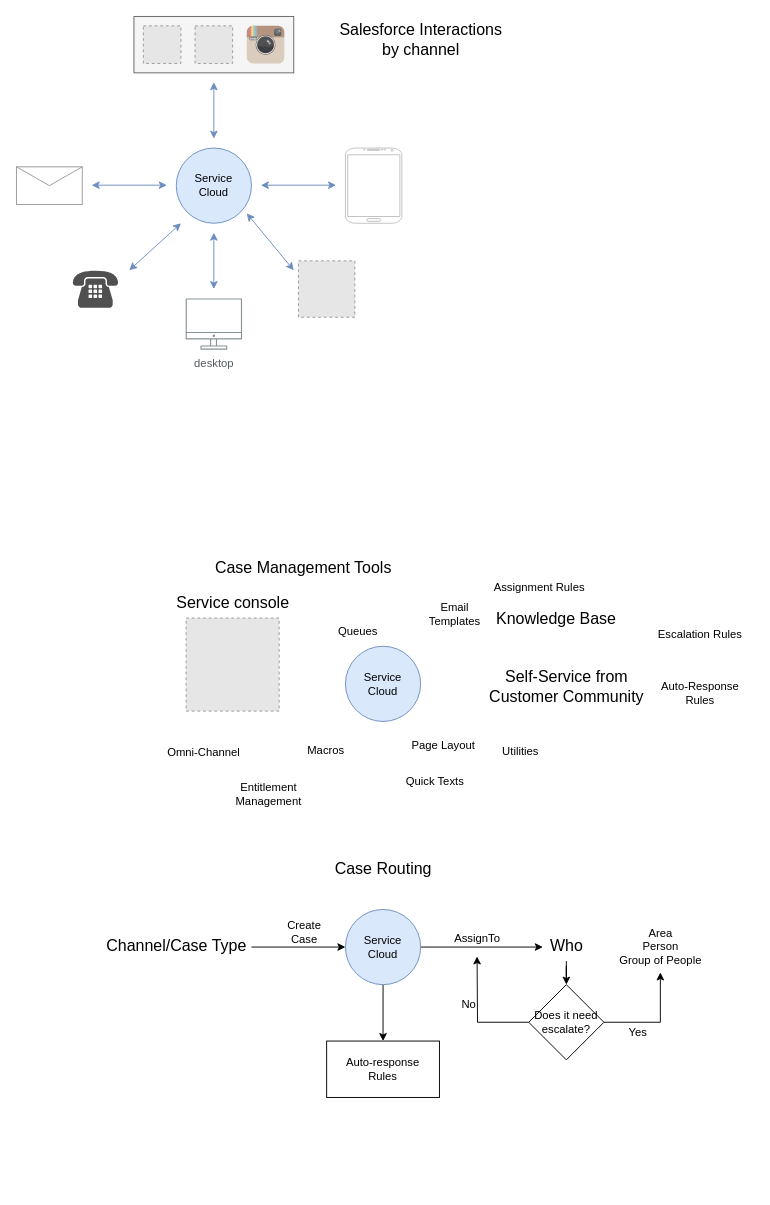
jjromerop/draw keeps this draw.io diagram as Service Cloud.drawio. Above is the earlier version. Source tidied: cells renumbered, new cells numbered last; positions are measured from the earlier drawing's top-left corner, leaving out a move shared by most shapes. Both pictures are drawn from the tidied source at 94%, with x=0, y=0 at pixel (16, 16). Pictures stored in the file or linked from it are replaced by grey dashed boxes.
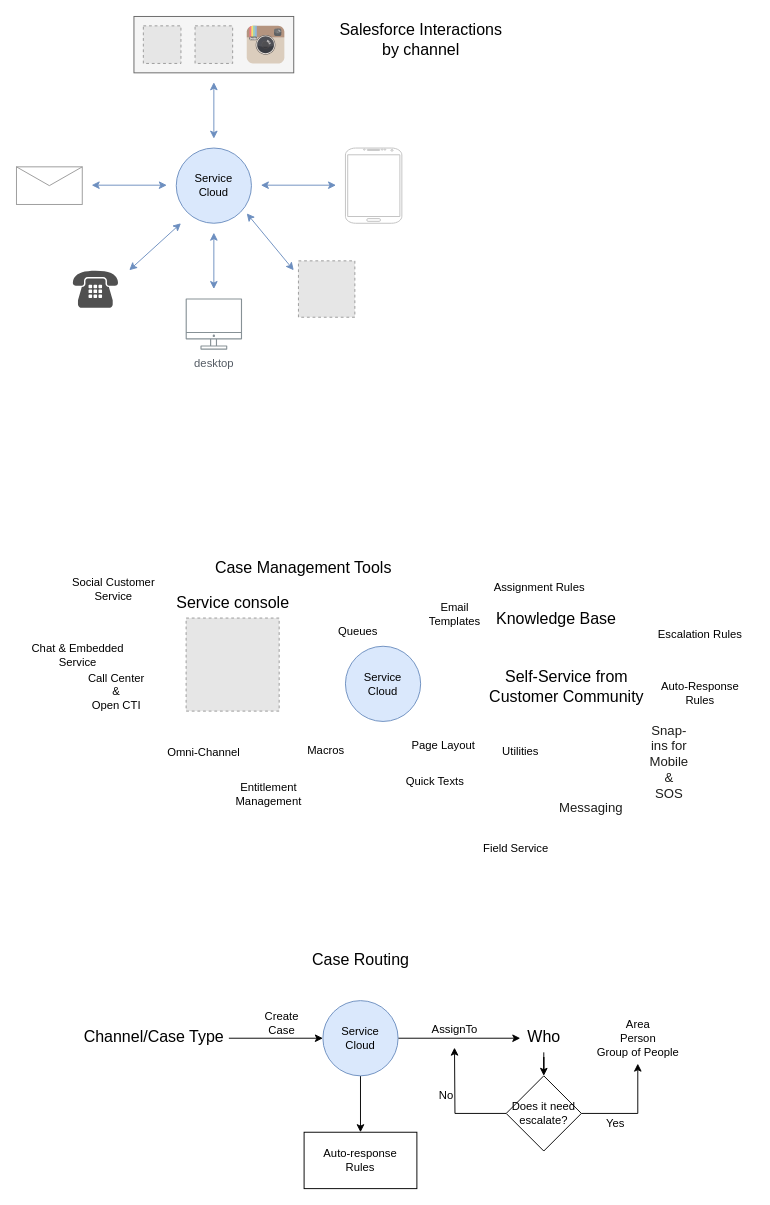
After the change.

What changed in the source:
```diff
@@
     <mxCell id="29" value="Service&lt;br&gt;Cloud" style="ellipse;whiteSpace=wrap;html=1;fillColor=#dae8fc;strokeColor=#6c8ebf;" parent="1" vertex="1">
-      <mxGeometry x="350" y="950" width="80" height="80" as="geometry" />
+      <mxGeometry x="326" y="1047" width="80" height="80" as="geometry" />
     </mxCell>
     <mxCell id="30" value="Case Routing" style="text;html=1;align=center;verticalAlign=middle;fontSize=17;fontColor=#000000;" parent="1" vertex="1">
-      <mxGeometry x="330" y="893" width="120" height="30" as="geometry" />
+      <mxGeometry x="306" y="990" width="120" height="30" as="geometry" />
     </mxCell>
@@
     <mxCell id="33" value="Channel/Case Type" style="text;html=1;align=center;verticalAlign=middle;points=[];fontSize=17;fontColor=#000000;" parent="1" vertex="1">
-      <mxGeometry x="90" y="975" width="160" height="30" as="geometry" />
+      <mxGeometry x="66" y="1072" width="160" height="30" as="geometry" />
     </mxCell>
@@
     <mxCell id="35" value="Who" style="text;html=1;align=center;verticalAlign=middle;points=[];fontSize=17;fontColor=#000000;" parent="1" vertex="1">
-      <mxGeometry x="560" y="975" width="50" height="30" as="geometry" />
+      <mxGeometry x="536" y="1072" width="50" height="30" as="geometry" />
     </mxCell>
     <mxCell id="36" value="Area&lt;br&gt;Person&lt;br&gt;Group of People" style="text;html=1;align=center;verticalAlign=middle;points=[];fontSize=12;fontColor=#000000;" parent="1" vertex="1">
-      <mxGeometry x="635" y="965" width="100" height="50" as="geometry" />
+      <mxGeometry x="611" y="1062" width="100" height="50" as="geometry" />
     </mxCell>
@@
     <mxCell id="39" style="edgeStyle=orthogonalEdgeStyle;rounded=0;jettySize=auto;html=1;exitX=0;exitY=0.5;exitDx=0;exitDy=0;fontSize=12;fontColor=#000000;" parent="1" edge="1" source="41">
       <mxGeometry relative="1" as="geometry">
-        <mxPoint x="490" y="1000" as="targetPoint" />
+        <mxPoint x="466" y="1097" as="targetPoint" />
       </mxGeometry>
     </mxCell>
@@
     <mxCell id="41" value="Does it need escalate?" style="rhombus;whiteSpace=wrap;html=1;fontSize=12;fontColor=#000000;" parent="1" vertex="1">
-      <mxGeometry x="545" y="1030" width="80" height="80" as="geometry" />
+      <mxGeometry x="521" y="1127" width="80" height="80" as="geometry" />
     </mxCell>
     <mxCell id="42" value="Auto-response&lt;br&gt;Rules" style="rounded=0;whiteSpace=wrap;html=1;fontSize=12;fontColor=#000000;" parent="1" vertex="1">
-      <mxGeometry x="330" y="1090" width="120" height="60" as="geometry" />
+      <mxGeometry x="306" y="1187" width="120" height="60" as="geometry" />
     </mxCell>
@@
+    <mxCell id="54" value="Call Center&lt;br&gt;&amp;amp;&lt;br&gt;Open CTI" style="text;html=1;align=center;verticalAlign=middle;fontSize=12;fontColor=#000000;" parent="1" vertex="1">
+      <mxGeometry x="66" y="693" width="80" height="50" as="geometry" />
+    </mxCell>
+    <mxCell id="55" value="Social Customer&lt;br&gt;Service" style="text;html=1;align=center;verticalAlign=middle;fontSize=12;fontColor=#000000;" parent="1" vertex="1">
+      <mxGeometry x="53" y="594" width="100" height="30" as="geometry" />
+    </mxCell>
+    <mxCell id="56" value="Chat &amp;amp; Embedded&lt;br&gt;Service" style="text;html=1;align=center;verticalAlign=middle;fontSize=12;fontColor=#000000;" parent="1" vertex="1">
+      <mxGeometry x="10" y="665" width="110" height="30" as="geometry" />
+    </mxCell>
+    <mxCell id="57" value="&lt;span style=&quot;color: rgb(30 , 30 , 28) ; font-family: &amp;#34;salesforce sans&amp;#34; , &amp;#34;arial&amp;#34; , sans-serif ; font-size: 14px ; text-align: left ; white-space: normal ; background-color: rgb(255 , 255 , 255)&quot;&gt;Snap-ins for Mobile &amp;amp; SOS&lt;/span&gt;" style="text;html=1;align=center;verticalAlign=middle;fontSize=12;fontColor=#000000;" parent="1" vertex="1">
+      <mxGeometry x="604" y="783" width="180" height="20" as="geometry" />
+    </mxCell>
+    <mxCell id="58" value="&lt;span style=&quot;color: rgb(30 , 30 , 28) ; font-family: &amp;#34;salesforce sans&amp;#34; , &amp;#34;arial&amp;#34; , sans-serif ; font-size: 14px ; text-align: left ; white-space: normal ; background-color: rgb(255 , 255 , 255)&quot;&gt;Messaging&lt;/span&gt;" style="text;html=1;align=center;verticalAlign=middle;fontSize=12;fontColor=#000000;" parent="1" vertex="1">
+      <mxGeometry x="571" y="832" width="80" height="20" as="geometry" />
+    </mxCell>
+    <mxCell id="59" value="Field Service" style="text;html=1;align=center;verticalAlign=middle;fontSize=12;fontColor=#000000;" parent="1" vertex="1">
+      <mxGeometry x="491" y="875" width="80" height="20" as="geometry" />
+    </mxCell>
```
